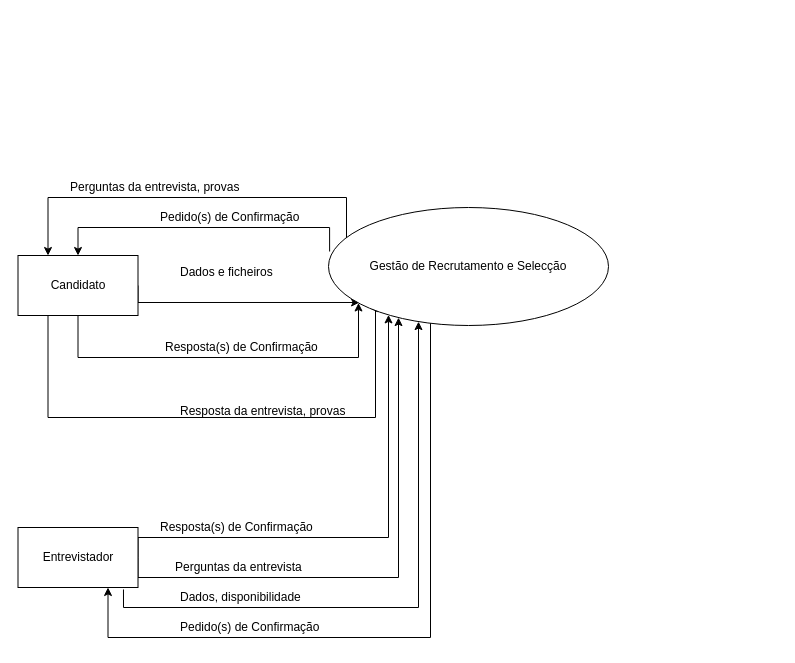
The draw.io diagram Docs/Diagrama de Contexto-1.drawio in blestonbandeira/grs, before the edit. Source tidied: cells renumbered, new cells numbered last; positions are measured from the earlier drawing's top-left corner, leaving out a move shared by most shapes. Both pictures are drawn from the tidied source at 100%, with x=0, y=0 at pixel (18, 177).
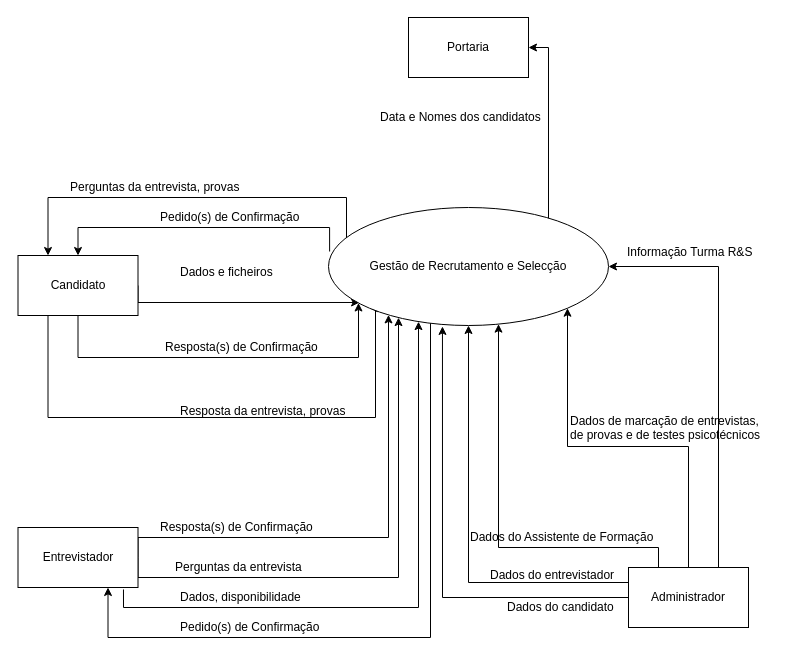
After the change.

The change refers to these unchanged cells:
```xml
<mxCell id="11" value="Gestão de Recrutamento e Selecção" style="ellipse;whiteSpace=wrap;html=1;" parent="1" vertex="1">
  <mxGeometry x="310" y="30" width="280" height="118" as="geometry" />
</mxCell>
```

Diff of the diagram source:
```diff
@@
+    <mxCell id="23" style="edgeStyle=orthogonalEdgeStyle;rounded=0;jettySize=auto;html=1;exitX=0;exitY=0;exitDx=0;exitDy=0;entryX=1;entryY=0.5;entryDx=0;entryDy=0;" parent="1" edge="1" source="11" target="30">
+      <mxGeometry relative="1" as="geometry">
+        <Array as="points">
+          <mxPoint x="530" y="47" />
+          <mxPoint x="530" y="-130" />
+        </Array>
+      </mxGeometry>
+    </mxCell>
@@
+    <mxCell id="24" style="edgeStyle=orthogonalEdgeStyle;rounded=0;jettySize=auto;html=1;exitX=0;exitY=0.5;exitDx=0;exitDy=0;entryX=0.407;entryY=1.008;entryDx=0;entryDy=0;entryPerimeter=0;" parent="1" edge="1" source="29" target="11">
+      <mxGeometry relative="1" as="geometry" />
+    </mxCell>
+    <mxCell id="25" style="edgeStyle=orthogonalEdgeStyle;rounded=0;jettySize=auto;html=1;exitX=0;exitY=0.25;exitDx=0;exitDy=0;" parent="1" edge="1" source="29" target="11">
+      <mxGeometry relative="1" as="geometry" />
+    </mxCell>
+    <mxCell id="26" style="edgeStyle=orthogonalEdgeStyle;rounded=0;jettySize=auto;html=1;exitX=0.25;exitY=0;exitDx=0;exitDy=0;" parent="1" edge="1" source="29" target="11">
+      <mxGeometry relative="1" as="geometry">
+        <Array as="points">
+          <mxPoint x="640" y="370" />
+          <mxPoint x="480" y="370" />
+        </Array>
+      </mxGeometry>
+    </mxCell>
+    <mxCell id="27" style="edgeStyle=orthogonalEdgeStyle;rounded=0;jettySize=auto;html=1;exitX=0.5;exitY=0;exitDx=0;exitDy=0;entryX=1;entryY=1;entryDx=0;entryDy=0;" parent="1" edge="1" source="29" target="11">
+      <mxGeometry relative="1" as="geometry" />
+    </mxCell>
+    <mxCell id="28" style="edgeStyle=orthogonalEdgeStyle;rounded=0;jettySize=auto;html=1;exitX=0.75;exitY=0;exitDx=0;exitDy=0;entryX=1;entryY=0.5;entryDx=0;entryDy=0;" parent="1" edge="1" source="29" target="11">
+      <mxGeometry relative="1" as="geometry" />
+    </mxCell>
+    <mxCell id="29" value="Administrador" style="rounded=0;whiteSpace=wrap;html=1;" parent="1" vertex="1">
+      <mxGeometry x="610" y="390" width="120" height="60" as="geometry" />
+    </mxCell>
+    <mxCell id="30" value="Portaria" style="rounded=0;whiteSpace=wrap;html=1;" parent="1" vertex="1">
+      <mxGeometry x="390" y="-160" width="120" height="60" as="geometry" />
+    </mxCell>
+    <mxCell id="31" value="Data e Nomes dos candidatos" style="text;html=1;align=left;verticalAlign=top;spacingTop=-4;" parent="1" vertex="1">
+      <mxGeometry x="360" y="-70" width="180" height="20" as="geometry" />
+    </mxCell>
+    <mxCell id="32" value="Dados do candidato" style="text;html=1;align=left;verticalAlign=top;spacingTop=-4;" parent="1" vertex="1">
+      <mxGeometry x="487" y="420" width="120" height="20" as="geometry" />
+    </mxCell>
+    <mxCell id="33" value="Dados do entrevistador" style="text;html=1;align=left;verticalAlign=top;spacingTop=-4;" parent="1" vertex="1">
+      <mxGeometry x="470" y="388" width="140" height="20" as="geometry" />
+    </mxCell>
+    <mxCell id="34" value="Dados do Assistente de Formação" style="text;html=1;align=left;verticalAlign=top;spacingTop=-4;" parent="1" vertex="1">
+      <mxGeometry x="450" y="350" width="200" height="20" as="geometry" />
+    </mxCell>
+    <mxCell id="35" value="Dados de marcação de entrevistas, &lt;br&gt;de provas e de testes psicotécnicos" style="text;html=1;align=left;verticalAlign=top;spacingTop=-4;" parent="1" vertex="1">
+      <mxGeometry x="550" y="234" width="210" height="30" as="geometry" />
+    </mxCell>
+    <mxCell id="36" value="Informação Turma R&amp;amp;S" style="text;html=1;align=left;verticalAlign=top;spacingTop=-4;" parent="1" vertex="1">
+      <mxGeometry x="607" y="65" width="140" height="20" as="geometry" />
+    </mxCell>
```
